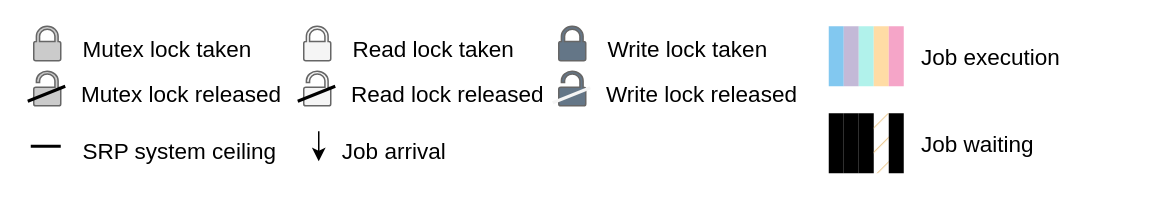
Above: assets/legend.drawio in perlindgren/rw-rtic (draw.io), before the change. Source tidied: cells renumbered, new cells numbered last; positions are measured from the earlier drawing's top-left corner, leaving out a move shared by most shapes. Both pictures are drawn from the tidied source at 150%, with x=0, y=0 at pixel (27, 26).
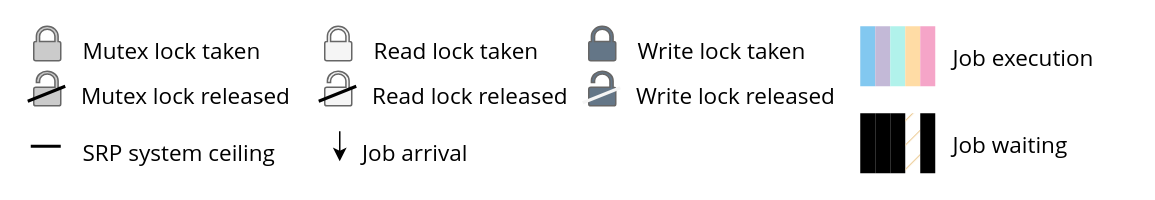
Above is the later version.

The edit, as a diff of the source:
```diff
@@
-    <mxCell id="2" style="endArrow=classic;html=1;rounded=0;fontSize=15;" parent="1" edge="1">
+    <mxCell id="2" style="endArrow=classic;html=1;rounded=0;fontSize=15;fontFamily=Open Sans;" parent="1" edge="1">
       <mxGeometry relative="1" as="geometry">
-        <mxPoint x="194" y="70" as="sourcePoint" />
-        <mxPoint x="194" y="90" as="targetPoint" />
+        <mxPoint x="208" y="70" as="sourcePoint" />
+        <mxPoint x="208" y="90" as="targetPoint" />
       </mxGeometry>
     </mxCell>
-    <mxCell id="3" value="Job arrival" style="text;html=1;align=center;verticalAlign=middle;strokeColor=none;fillColor=none;fontSize=15;" parent="1" vertex="1">
-      <mxGeometry x="199" y="68" width="90" height="30" as="geometry" />
+    <mxCell id="3" value="Job arrival" style="text;html=1;align=center;verticalAlign=middle;strokeColor=none;fillColor=none;fontSize=15;fontFamily=Open Sans;" parent="1" vertex="1">
+      <mxGeometry x="213" y="68" width="90" height="30" as="geometry" />
     </mxCell>
-    <mxCell id="4" style="sketch=0;shadow=0;dashed=0;html=1;strokeColor=#666666;labelPosition=center;verticalLabelPosition=bottom;verticalAlign=top;align=center;shape=mxgraph.office.security.lock_protected;fillColor=#f5f5f5;fontColor=#333333;strokeWidth=1;fontSize=15;" parent="1" vertex="1">
-      <mxGeometry x="184" width="18" height="23" as="geometry" />
+    <mxCell id="4" style="sketch=0;shadow=0;dashed=0;html=1;strokeColor=#666666;labelPosition=center;verticalLabelPosition=bottom;verticalAlign=top;align=center;shape=mxgraph.office.security.lock_protected;fillColor=#f5f5f5;fontColor=#333333;strokeWidth=1;fontSize=15;fontFamily=Open Sans;" parent="1" vertex="1">
+      <mxGeometry x="198" width="18" height="23" as="geometry" />
     </mxCell>
-    <mxCell id="5" value="Read lock taken" style="text;html=1;align=left;verticalAlign=middle;strokeColor=none;fillColor=none;fontSize=15;" parent="1" vertex="1">
-      <mxGeometry x="215" width="130" height="30" as="geometry" />
+    <mxCell id="5" value="Read lock taken" style="text;html=1;align=left;verticalAlign=middle;strokeColor=none;fillColor=none;fontSize=15;fontFamily=Open Sans;" parent="1" vertex="1">
+      <mxGeometry x="229" width="130" height="30" as="geometry" />
     </mxCell>
-    <mxCell id="6" style="sketch=0;shadow=0;dashed=0;html=1;strokeColor=#666666;labelPosition=center;verticalLabelPosition=bottom;verticalAlign=top;align=center;shape=mxgraph.office.security.lock_unprotected;fillColor=#f5f5f5;fontColor=#333333;strokeWidth=1;fontSize=15;" parent="1" vertex="1">
-      <mxGeometry x="184" y="30" width="18" height="23" as="geometry" />
+    <mxCell id="6" style="sketch=0;shadow=0;dashed=0;html=1;strokeColor=#666666;labelPosition=center;verticalLabelPosition=bottom;verticalAlign=top;align=center;shape=mxgraph.office.security.lock_unprotected;fillColor=#f5f5f5;fontColor=#333333;strokeWidth=1;fontSize=15;fontFamily=Open Sans;" parent="1" vertex="1">
+      <mxGeometry x="198" y="30" width="18" height="23" as="geometry" />
     </mxCell>
-    <mxCell id="7" value="Read lock released" style="text;html=1;align=left;verticalAlign=middle;strokeColor=none;fillColor=none;fontSize=15;" parent="1" vertex="1">
-      <mxGeometry x="214" y="30" width="150" height="30" as="geometry" />
+    <mxCell id="7" value="Read lock released" style="text;html=1;align=left;verticalAlign=middle;strokeColor=none;fillColor=none;fontSize=15;fontFamily=Open Sans;" parent="1" vertex="1">
+      <mxGeometry x="228" y="30" width="150" height="30" as="geometry" />
     </mxCell>
-    <mxCell id="8" style="sketch=0;shadow=0;dashed=0;html=1;strokeColor=#666666;labelPosition=center;verticalLabelPosition=bottom;verticalAlign=top;align=center;shape=mxgraph.office.security.lock_protected;fillColor=light-dark(#647687, #6a6a6a);fontColor=#333333;strokeWidth=1;fontSize=15;" parent="1" vertex="1">
-      <mxGeometry x="354" width="18" height="23" as="geometry" />
+    <mxCell id="8" style="sketch=0;shadow=0;dashed=0;html=1;strokeColor=#666666;labelPosition=center;verticalLabelPosition=bottom;verticalAlign=top;align=center;shape=mxgraph.office.security.lock_protected;fillColor=light-dark(#647687, #6a6a6a);fontColor=#333333;strokeWidth=1;fontSize=15;fontFamily=Open Sans;" parent="1" vertex="1">
+      <mxGeometry x="374" width="18" height="23" as="geometry" />
     </mxCell>
-    <mxCell id="9" value="Write lock taken" style="text;html=1;align=left;verticalAlign=middle;strokeColor=none;fillColor=none;fontSize=15;" parent="1" vertex="1">
-      <mxGeometry x="385" width="130" height="30" as="geometry" />
+    <mxCell id="9" value="Write lock taken" style="text;html=1;align=left;verticalAlign=middle;strokeColor=none;fillColor=none;fontSize=15;fontFamily=Open Sans;" parent="1" vertex="1">
+      <mxGeometry x="405" width="140" height="30" as="geometry" />
     </mxCell>
-    <mxCell id="10" style="sketch=0;shadow=0;dashed=0;html=1;strokeColor=#666666;labelPosition=center;verticalLabelPosition=bottom;verticalAlign=top;align=center;shape=mxgraph.office.security.lock_unprotected;fillColor=light-dark(#647687, #6a6a6a);fontColor=#333333;strokeWidth=1;fontSize=15;" parent="1" vertex="1">
-      <mxGeometry x="354" y="30" width="18" height="23" as="geometry" />
+    <mxCell id="10" style="sketch=0;shadow=0;dashed=0;html=1;strokeColor=#666666;labelPosition=center;verticalLabelPosition=bottom;verticalAlign=top;align=center;shape=mxgraph.office.security.lock_unprotected;fillColor=light-dark(#647687, #6a6a6a);fontColor=#333333;strokeWidth=1;fontSize=15;fontFamily=Open Sans;" parent="1" vertex="1">
+      <mxGeometry x="374" y="30" width="18" height="23" as="geometry" />
     </mxCell>
-    <mxCell id="11" value="Write lock released" style="text;html=1;align=left;verticalAlign=middle;strokeColor=none;fillColor=none;fontSize=15;" parent="1" vertex="1">
-      <mxGeometry x="384" y="30" width="150" height="30" as="geometry" />
+    <mxCell id="11" value="Write lock released" style="text;html=1;align=left;verticalAlign=middle;strokeColor=none;fillColor=none;fontSize=15;fontFamily=Open Sans;" parent="1" vertex="1">
+      <mxGeometry x="404" y="30" width="160" height="30" as="geometry" />
     </mxCell>
-    <mxCell id="12" style="endArrow=none;html=1;rounded=0;strokeWidth=2;fontSize=15;" parent="1" edge="1">
+    <mxCell id="12" style="endArrow=none;html=1;rounded=0;strokeWidth=2;fontSize=15;fontFamily=Open Sans;" parent="1" edge="1">
       <mxGeometry relative="1" as="geometry">
         <mxPoint x="2" y="80" as="sourcePoint" />
         <mxPoint x="22" y="80" as="targetPoint" />
       </mxGeometry>
     </mxCell>
-    <mxCell id="13" value="SRP system ceiling" style="text;html=1;align=left;verticalAlign=middle;strokeColor=none;fillColor=none;fontSize=15;" parent="1" vertex="1">
+    <mxCell id="13" value="SRP system ceiling" style="text;html=1;align=left;verticalAlign=middle;strokeColor=none;fillColor=none;fontSize=15;fontFamily=Open Sans;" parent="1" vertex="1">
       <mxGeometry x="35" y="68" width="150" height="30" as="geometry" />
     </mxCell>
-    <mxCell id="14" style="rounded=0;whiteSpace=wrap;html=1;fillColor=light-dark(#82c8f0, #1d293b);strokeColor=none;fontSize=15;" parent="1" vertex="1">
-      <mxGeometry x="534" width="10" height="40" as="geometry" />
+    <mxCell id="14" style="rounded=0;whiteSpace=wrap;html=1;fillColor=light-dark(#82c8f0, #1d293b);strokeColor=none;fontSize=15;fontFamily=Open Sans;" parent="1" vertex="1">
+      <mxGeometry x="555" width="10" height="40" as="geometry" />
     </mxCell>
-    <mxCell id="15" style="rounded=0;whiteSpace=wrap;html=1;fillColor=light-dark(#C3B9D7,#C3B9D7);strokeColor=none;fontSize=15;" parent="1" vertex="1">
-      <mxGeometry x="544" width="10" height="40" as="geometry" />
+    <mxCell id="15" style="rounded=0;whiteSpace=wrap;html=1;fillColor=light-dark(#C3B9D7,#C3B9D7);strokeColor=none;fontSize=15;fontFamily=Open Sans;" parent="1" vertex="1">
+      <mxGeometry x="565" width="10" height="40" as="geometry" />
     </mxCell>
-    <mxCell id="16" style="rounded=0;whiteSpace=wrap;html=1;fillColor=light-dark(#b1f2eb, #1f2f1e);strokeColor=none;fontSize=15;" parent="1" vertex="1">
-      <mxGeometry x="554" width="10" height="40" as="geometry" />
+    <mxCell id="16" style="rounded=0;whiteSpace=wrap;html=1;fillColor=light-dark(#b1f2eb, #1f2f1e);strokeColor=none;fontSize=15;fontFamily=Open Sans;" parent="1" vertex="1">
+      <mxGeometry x="575" width="10" height="40" as="geometry" />
     </mxCell>
-    <mxCell id="17" style="rounded=0;whiteSpace=wrap;html=1;fillColor=light-dark(#FFDCA5,#FFDCA5);strokeColor=none;fontSize=15;" parent="1" vertex="1">
-      <mxGeometry x="564" width="10" height="40" as="geometry" />
+    <mxCell id="17" style="rounded=0;whiteSpace=wrap;html=1;fillColor=light-dark(#FFDCA5,#FFDCA5);strokeColor=none;fontSize=15;fontFamily=Open Sans;" parent="1" vertex="1">
+      <mxGeometry x="585" width="10" height="40" as="geometry" />
     </mxCell>
-    <mxCell id="18" style="rounded=0;whiteSpace=wrap;html=1;fillColor=light-dark(#F5A5C8,#F5A5C8);strokeColor=none;fontSize=15;" parent="1" vertex="1">
-      <mxGeometry x="574" width="10" height="40" as="geometry" />
+    <mxCell id="18" style="rounded=0;whiteSpace=wrap;html=1;fillColor=light-dark(#F5A5C8,#F5A5C8);strokeColor=none;fontSize=15;fontFamily=Open Sans;" parent="1" vertex="1">
+      <mxGeometry x="595" width="10" height="40" as="geometry" />
     </mxCell>
-    <mxCell id="19" value="Job execution" style="text;html=1;align=left;verticalAlign=middle;strokeColor=none;fillColor=none;fontSize=15;" parent="1" vertex="1">
-      <mxGeometry x="594" y="5" width="120" height="30" as="geometry" />
+    <mxCell id="19" value="Job execution" style="text;html=1;align=left;verticalAlign=middle;strokeColor=none;fillColor=none;fontSize=15;fontFamily=Open Sans;" parent="1" vertex="1">
+      <mxGeometry x="615" y="5" width="120" height="30" as="geometry" />
     </mxCell>
-    <mxCell id="20" style="rounded=0;whiteSpace=wrap;html=1;fillColor=light-dark(#82c8f0, #1d293b);strokeColor=none;fillStyle=hatch;fontSize=15;" parent="1" vertex="1">
-      <mxGeometry x="534" y="58" width="10" height="40" as="geometry" />
+    <mxCell id="20" style="rounded=0;whiteSpace=wrap;html=1;fillColor=light-dark(#82c8f0, #1d293b);strokeColor=none;fillStyle=hatch;fontSize=15;fontFamily=Open Sans;" parent="1" vertex="1">
+      <mxGeometry x="555" y="58" width="10" height="40" as="geometry" />
     </mxCell>
-    <mxCell id="21" style="rounded=0;whiteSpace=wrap;html=1;fillColor=light-dark(#cea4e1, #392f3f);strokeColor=none;fillStyle=hatch;fontSize=15;" parent="1" vertex="1">
-      <mxGeometry x="544" y="58" width="10" height="40" as="geometry" />
+    <mxCell id="21" style="rounded=0;whiteSpace=wrap;html=1;fillColor=light-dark(#cea4e1, #392f3f);strokeColor=none;fillStyle=hatch;fontSize=15;fontFamily=Open Sans;" parent="1" vertex="1">
+      <mxGeometry x="565" y="58" width="10" height="40" as="geometry" />
     </mxCell>
-    <mxCell id="22" style="rounded=0;whiteSpace=wrap;html=1;fillColor=light-dark(#99D1CB,#B1F2EB);strokeColor=none;fillStyle=hatch;fontSize=15;" parent="1" vertex="1">
-      <mxGeometry x="554" y="58" width="10" height="40" as="geometry" />
+    <mxCell id="22" style="rounded=0;whiteSpace=wrap;html=1;fillColor=light-dark(#99D1CB,#B1F2EB);strokeColor=none;fillStyle=hatch;fontSize=15;fontFamily=Open Sans;" parent="1" vertex="1">
+      <mxGeometry x="575" y="58" width="10" height="40" as="geometry" />
     </mxCell>
-    <mxCell id="23" style="rounded=0;whiteSpace=wrap;html=1;fillColor=#EDCD99;strokeColor=none;fillStyle=hatch;fontSize=15;" parent="1" vertex="1">
-      <mxGeometry x="564" y="58" width="10" height="40" as="geometry" />
+    <mxCell id="23" style="rounded=0;whiteSpace=wrap;html=1;fillColor=#EDCD99;strokeColor=none;fillStyle=hatch;fontSize=15;fontFamily=Open Sans;" parent="1" vertex="1">
+      <mxGeometry x="585" y="58" width="10" height="40" as="geometry" />
     </mxCell>
-    <mxCell id="24" style="rounded=0;whiteSpace=wrap;html=1;fillColor=light-dark(#F5A5C8,#F5A5C8);strokeColor=none;fillStyle=hatch;fontSize=15;" parent="1" vertex="1">
-      <mxGeometry x="574" y="58" width="10" height="40" as="geometry" />
+    <mxCell id="24" style="rounded=0;whiteSpace=wrap;html=1;fillColor=light-dark(#F5A5C8,#F5A5C8);strokeColor=none;fillStyle=hatch;fontSize=15;fontFamily=Open Sans;" parent="1" vertex="1">
+      <mxGeometry x="595" y="58" width="10" height="40" as="geometry" />
     </mxCell>
-    <mxCell id="25" value="Job waiting" style="text;html=1;align=left;verticalAlign=middle;strokeColor=none;fillColor=none;fontSize=15;" parent="1" vertex="1">
-      <mxGeometry x="594" y="63" width="100" height="30" as="geometry" />
+    <mxCell id="25" value="Job waiting" style="text;html=1;align=left;verticalAlign=middle;strokeColor=none;fillColor=none;fontSize=15;fontFamily=Open Sans;" parent="1" vertex="1">
+      <mxGeometry x="615" y="63" width="100" height="30" as="geometry" />
     </mxCell>
-    <mxCell id="26" style="endArrow=none;html=1;rounded=0;strokeWidth=2;fontSize=15;" parent="1" edge="1">
+    <mxCell id="26" style="endArrow=none;html=1;rounded=0;strokeWidth=2;fontSize=15;fontFamily=Open Sans;" parent="1" edge="1">
       <mxGeometry relative="1" as="geometry">
-        <mxPoint x="180" y="50" as="sourcePoint" />
-        <mxPoint x="205" y="40" as="targetPoint" />
+        <mxPoint x="194" y="50" as="sourcePoint" />
+        <mxPoint x="219" y="40" as="targetPoint" />
       </mxGeometry>
     </mxCell>
-    <mxCell id="27" style="endArrow=none;html=1;rounded=0;strokeColor=light-dark(#f5f5f5, #121212);strokeWidth=2;fontSize=15;" parent="1" edge="1">
+    <mxCell id="27" style="endArrow=none;html=1;rounded=0;strokeColor=light-dark(#f5f5f5, #121212);strokeWidth=2;fontSize=15;fontFamily=Open Sans;" parent="1" edge="1">
       <mxGeometry relative="1" as="geometry">
-        <mxPoint x="350" y="51" as="sourcePoint" />
-        <mxPoint x="375" y="41" as="targetPoint" />
+        <mxPoint x="370" y="51" as="sourcePoint" />
+        <mxPoint x="395" y="41" as="targetPoint" />
       </mxGeometry>
     </mxCell>
-    <mxCell id="28" style="sketch=0;shadow=0;dashed=0;html=1;strokeColor=#666666;labelPosition=center;verticalLabelPosition=bottom;verticalAlign=top;align=center;shape=mxgraph.office.security.lock_protected;fillColor=light-dark(#cbcbcb, #1a1a1a);fontColor=#333333;strokeWidth=1;fontSize=15;" parent="1" vertex="1">
+    <mxCell id="28" style="sketch=0;shadow=0;dashed=0;html=1;strokeColor=#666666;labelPosition=center;verticalLabelPosition=bottom;verticalAlign=top;align=center;shape=mxgraph.office.security.lock_protected;fillColor=light-dark(#cbcbcb, #1a1a1a);fontColor=#333333;strokeWidth=1;fontSize=15;fontFamily=Open Sans;" parent="1" vertex="1">
       <mxGeometry x="4" width="18" height="23" as="geometry" />
     </mxCell>
-    <mxCell id="29" value="Mutex lock taken" style="text;html=1;align=left;verticalAlign=middle;strokeColor=none;fillColor=none;fontSize=15;" parent="1" vertex="1">
+    <mxCell id="29" value="Mutex lock taken" style="text;html=1;align=left;verticalAlign=middle;strokeColor=none;fillColor=none;fontSize=15;fontFamily=Open Sans;" parent="1" vertex="1">
       <mxGeometry x="35" width="140" height="30" as="geometry" />
     </mxCell>
-    <mxCell id="30" style="sketch=0;shadow=0;dashed=0;html=1;strokeColor=#666666;labelPosition=center;verticalLabelPosition=bottom;verticalAlign=top;align=center;shape=mxgraph.office.security.lock_unprotected;fillColor=light-dark(#cbcbcb, #1a1a1a);fontColor=#333333;strokeWidth=1;fontSize=15;" parent="1" vertex="1">
+    <mxCell id="30" style="sketch=0;shadow=0;dashed=0;html=1;strokeColor=#666666;labelPosition=center;verticalLabelPosition=bottom;verticalAlign=top;align=center;shape=mxgraph.office.security.lock_unprotected;fillColor=light-dark(#cbcbcb, #1a1a1a);fontColor=#333333;strokeWidth=1;fontSize=15;fontFamily=Open Sans;" parent="1" vertex="1">
       <mxGeometry x="4" y="30" width="18" height="23" as="geometry" />
     </mxCell>
-    <mxCell id="31" value="Mutex lock released" style="text;html=1;align=left;verticalAlign=middle;strokeColor=none;fillColor=none;fontSize=15;" parent="1" vertex="1">
+    <mxCell id="31" value="Mutex lock released" style="text;html=1;align=left;verticalAlign=middle;strokeColor=none;fillColor=none;fontSize=15;fontFamily=Open Sans;" parent="1" vertex="1">
       <mxGeometry x="34" y="30" width="160" height="30" as="geometry" />
     </mxCell>
-    <mxCell id="32" style="endArrow=none;html=1;rounded=0;strokeWidth=2;fontSize=15;" parent="1" edge="1">
+    <mxCell id="32" style="endArrow=none;html=1;rounded=0;strokeWidth=2;fontSize=15;fontFamily=Open Sans;" parent="1" edge="1">
       <mxGeometry relative="1" as="geometry">
         <mxPoint y="50" as="sourcePoint" />
         <mxPoint x="25" y="40" as="targetPoint" />
       </mxGeometry>
     </mxCell>
```
